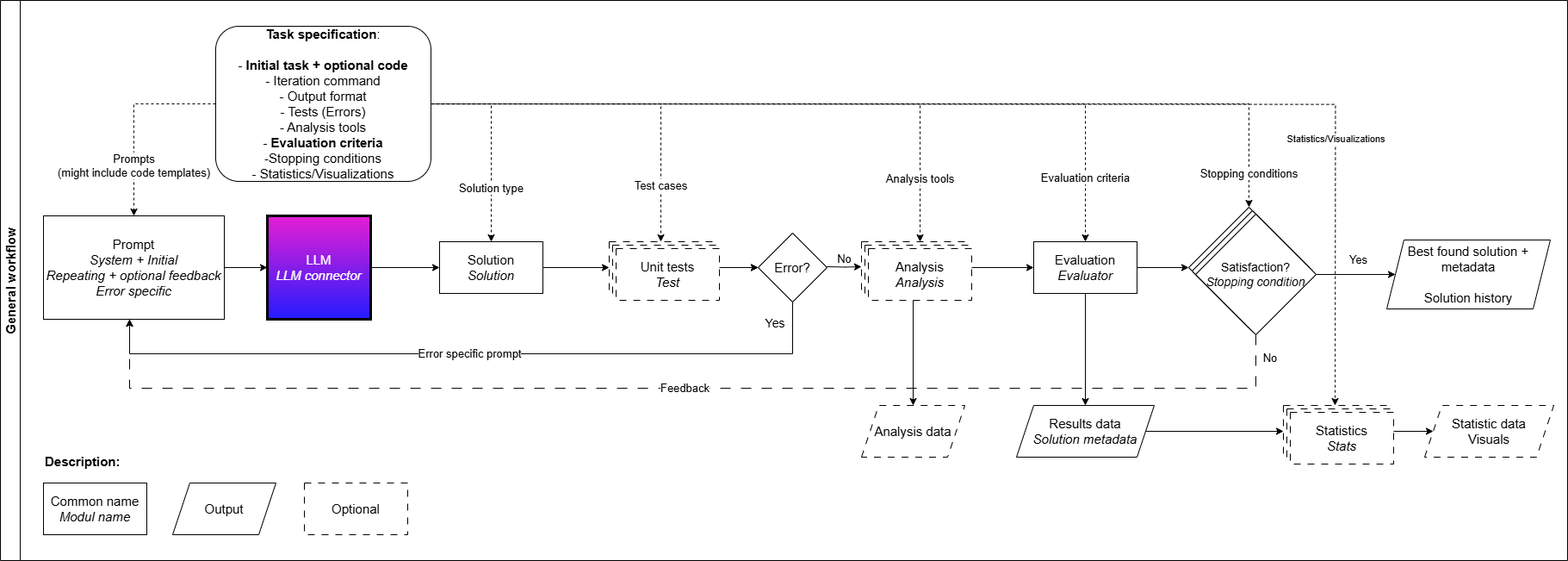
The draw.io diagram static/EASE.png in TBU-AILab/EASE, before a commit. Source tidied: cells renumbered, new cells last; positions are measured from the earlier drawing's top-left corner, leaving out a move shared by most shapes.
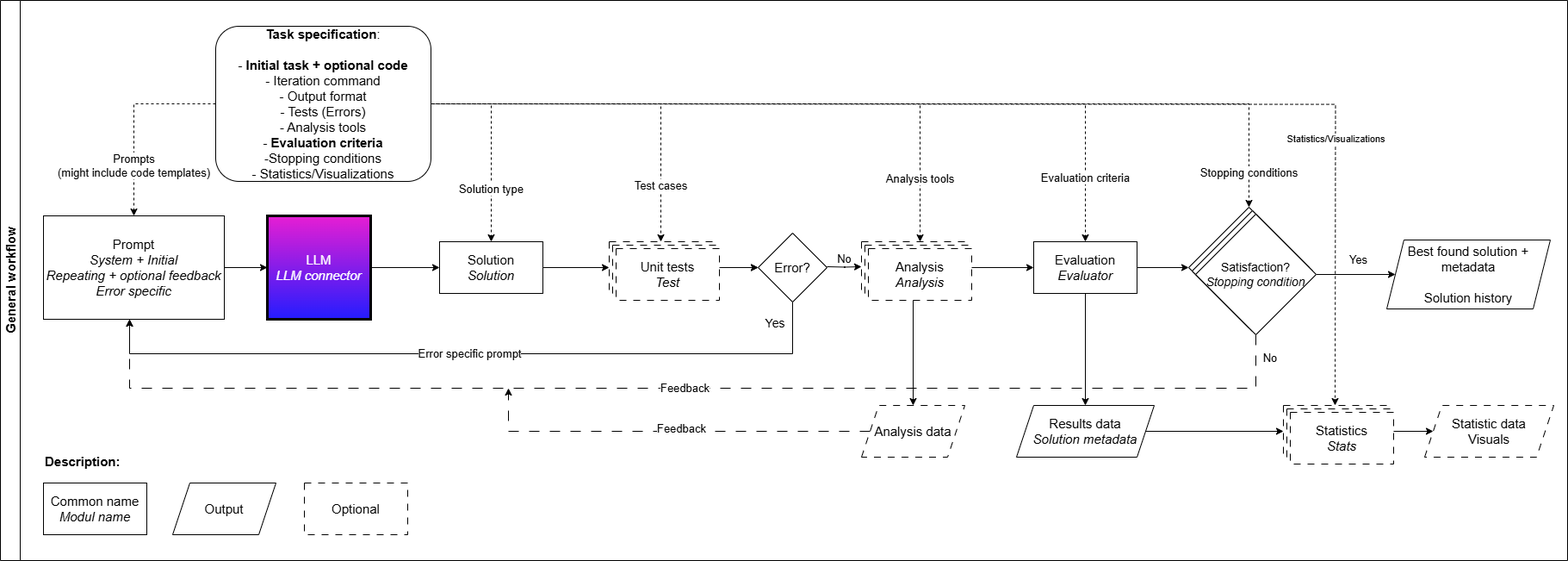
Above is the later version.

Commit message:
UPDATE - system msg no longer required, schema update

What changed in the source:
```diff
@@ -189,5 +189,18 @@
     <mxCell id="54" value="Satisfaction?&lt;div&gt;&lt;i&gt;Stopping condition&lt;/i&gt;&lt;/div&gt;" style="rhombus;whiteSpace=wrap;html=1;fontSize=14;" parent="1" vertex="1">
       <mxGeometry x="1388" y="248" width="140" height="140" as="geometry" />
     </mxCell>
+    <mxCell id="55" style="endArrow=classic;html=1;rounded=0;exitX=0;exitY=0.5;exitDx=0;exitDy=0;dashed=1;dashPattern=12 12;" parent="1" edge="1" source="16">
+      <mxGeometry relative="1" as="geometry">
+        <mxPoint x="590" y="450" as="targetPoint" />
+        <Array as="points">
+          <mxPoint x="590" y="500" />
+        </Array>
+      </mxGeometry>
+    </mxCell>
+    <mxCell id="56" value="Feedback&lt;div&gt;&lt;br&gt;&lt;/div&gt;" style="edgeLabel;html=1;align=center;verticalAlign=middle;fontSize=13;" parent="55" vertex="1">
+      <mxGeometry x="-0.2" relative="1" as="geometry">
+        <mxPoint x="-32" y="4" as="offset" />
+      </mxGeometry>
+    </mxCell>
   </root>
 </mxGraphModel>
```
